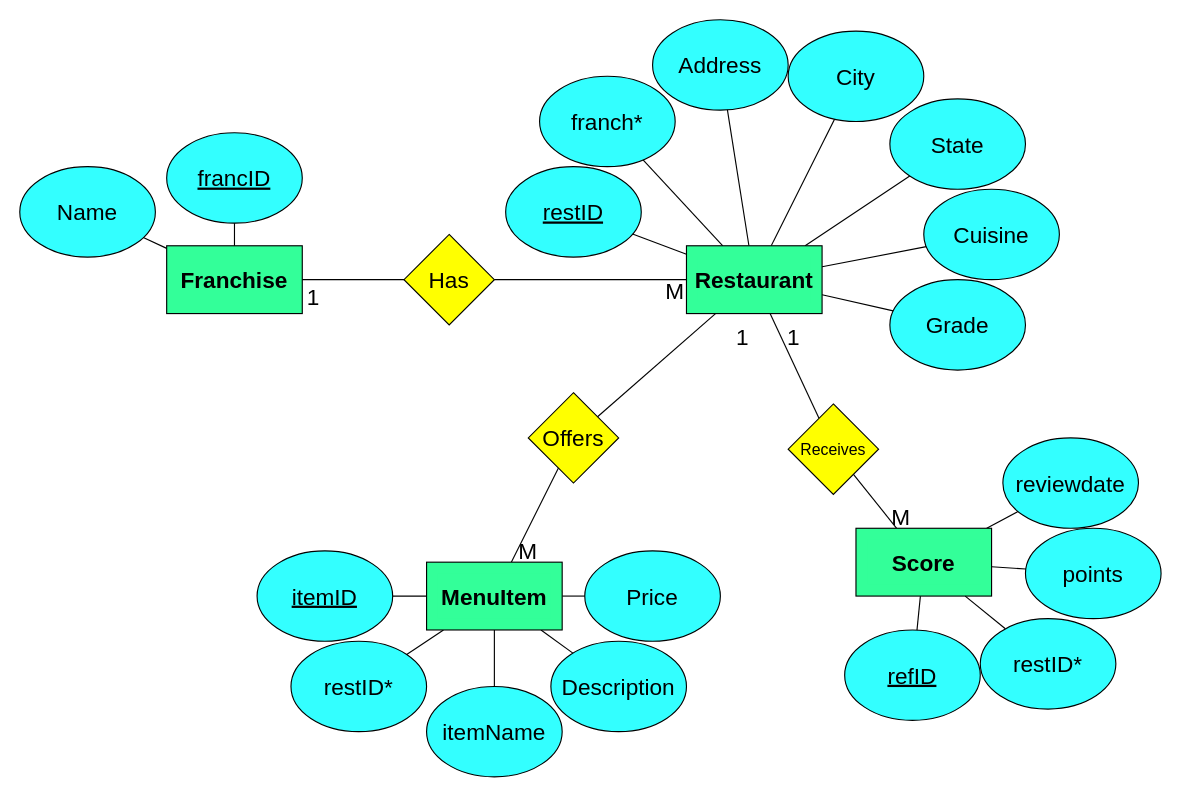
221024-NET/AkhilB keeps this draw.io diagram as 221024_batch/w9/2022_12_19_SQL/RestaurantsERD.drawio. Above is the earlier version. Source tidied: cells renumbered, new cells numbered last; positions are measured from the earlier drawing's top-left corner, leaving out a move shared by most shapes. Both pictures are drawn from the tidied source at 113%, with x=0, y=0 at pixel (19, 19).
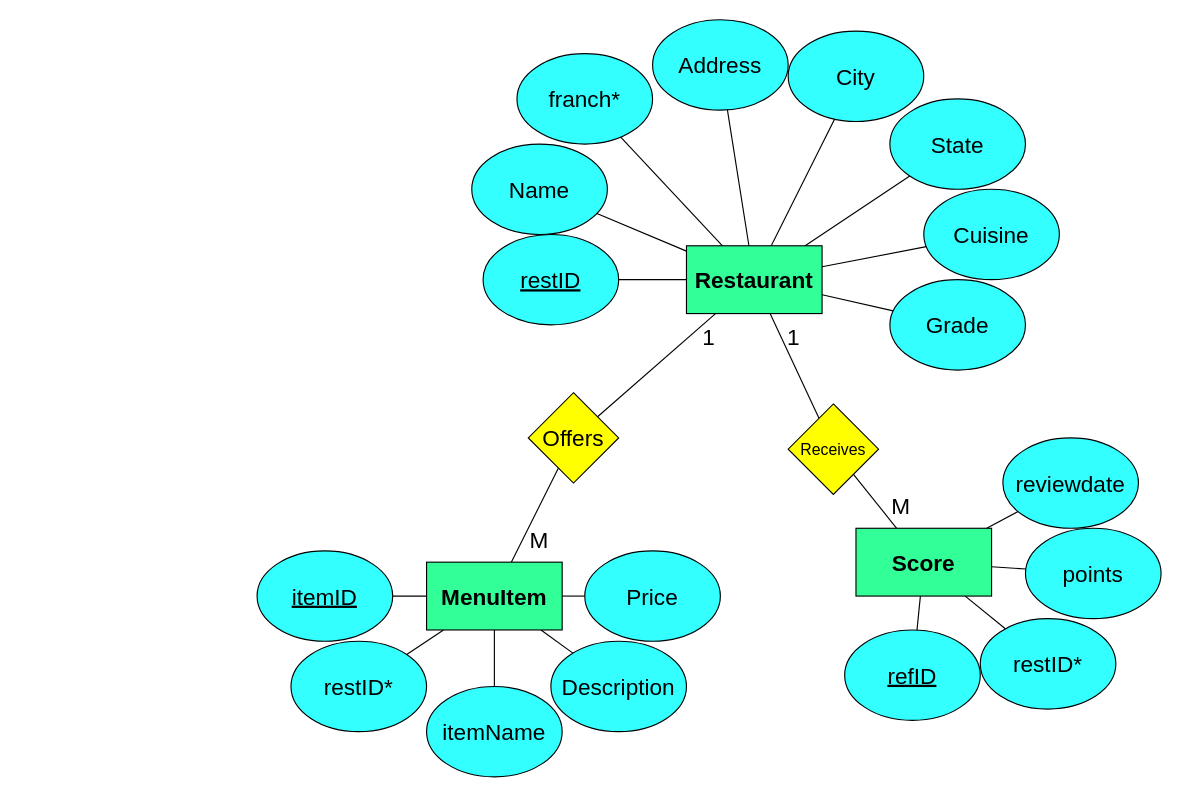
The same diagram, later.

The change refers to these unchanged cells:
```xml
<mxCell id="6" style="ellipse;whiteSpace=wrap;html=1;fontSize=20;fillColor=#33FFFF;" parent="5" vertex="1">
  <mxGeometry width="120" height="80" as="geometry" />
</mxCell>
<mxCell id="91" style="rounded=0;whiteSpace=wrap;html=1;fillColor=#33FF99;" parent="90" vertex="1">
  <mxGeometry width="120" height="60" as="geometry" />
</mxCell>
```

Diff of the diagram source:
```diff
@@
-    <mxCell id="2" style="group;" parent="1" vertex="1">
-      <mxGeometry x="130" y="200" width="120" height="60" as="geometry" />
-    </mxCell>
-    <mxCell id="3" style="rounded=0;whiteSpace=wrap;html=1;fillColor=#33FF99;" parent="2" vertex="1">
-      <mxGeometry width="120" height="60" as="geometry" />
-    </mxCell>
-    <mxCell id="4" value="&lt;b&gt;&lt;font style=&quot;font-size: 20px;&quot;&gt;Franchise&lt;/font&gt;&lt;/b&gt;" style="text;html=1;strokeColor=none;fillColor=none;align=center;verticalAlign=middle;whiteSpace=wrap;rounded=0;" parent="2" vertex="1">
-      <mxGeometry x="10" y="10" width="100" height="40" as="geometry" />
-    </mxCell>
     <mxCell id="5" style="group;" parent="1" vertex="1">
-      <mxGeometry y="130" width="120" height="80" as="geometry" />
+      <mxGeometry x="400" y="110" width="120" height="80" as="geometry" />
     </mxCell>
@@
-    <mxCell id="8" style="group;" parent="1" vertex="1">
-      <mxGeometry x="130" y="100" width="120" height="80" as="geometry" />
-    </mxCell>
-    <mxCell id="9" style="ellipse;whiteSpace=wrap;html=1;fontSize=20;fillColor=#33FFFF;" parent="8" vertex="1">
-      <mxGeometry width="120" height="80" as="geometry" />
-    </mxCell>
-    <mxCell id="10" value="&lt;u&gt;francID&lt;/u&gt;" style="text;html=1;strokeColor=none;fillColor=none;align=center;verticalAlign=middle;whiteSpace=wrap;rounded=0;fontSize=20;" parent="8" vertex="1">
-      <mxGeometry x="10" y="20" width="100" height="40" as="geometry" />
-    </mxCell>
-    <mxCell id="11" style="group;" parent="1" vertex="1">
-      <mxGeometry x="340" y="190" width="80" height="80" as="geometry" />
-    </mxCell>
-    <mxCell id="12" style="rhombus;whiteSpace=wrap;html=1;fontSize=20;fillColor=#FFFF00;" parent="11" vertex="1">
-      <mxGeometry width="80" height="80" as="geometry" />
-    </mxCell>
-    <mxCell id="13" value="Has" style="text;html=1;strokeColor=none;fillColor=none;align=center;verticalAlign=middle;whiteSpace=wrap;rounded=0;fontSize=20;" parent="11" vertex="1">
-      <mxGeometry x="10" y="25" width="60" height="30" as="geometry" />
-    </mxCell>
-    <mxCell id="14" style="endArrow=none;html=1;rounded=0;fontSize=20;" parent="1" edge="1" source="3" target="12">
-      <mxGeometry relative="1" as="geometry" />
-    </mxCell>
-    <mxCell id="15" style="endArrow=none;html=1;rounded=0;fontSize=20;" parent="1" edge="1" source="91" target="12">
-      <mxGeometry relative="1" as="geometry" />
-    </mxCell>
-    <mxCell id="16" value="1" style="text;html=1;strokeColor=none;fillColor=none;align=center;verticalAlign=middle;whiteSpace=wrap;rounded=0;fontSize=20;" parent="1" vertex="1">
-      <mxGeometry x="250" y="230" width="20" height="30" as="geometry" />
-    </mxCell>
-    <mxCell id="17" value="M" style="text;html=1;strokeColor=none;fillColor=none;align=center;verticalAlign=middle;whiteSpace=wrap;rounded=0;fontSize=20;" parent="1" vertex="1">
-      <mxGeometry x="570" y="230" width="20" height="20" as="geometry" />
-    </mxCell>
     <mxCell id="18" style="group;" parent="1" vertex="1">
-      <mxGeometry x="430" y="130" width="120" height="80" as="geometry" />
+      <mxGeometry x="410" y="190" width="120" height="80" as="geometry" />
     </mxCell>
@@
     <mxCell id="21" style="group;" parent="1" vertex="1">
-      <mxGeometry x="460" y="50" width="120" height="80" as="geometry" />
+      <mxGeometry x="440" y="30" width="120" height="80" as="geometry" />
     </mxCell>
@@
-    <mxCell id="42" style="endArrow=none;html=1;rounded=0;fontSize=20;" parent="1" edge="1" source="9" target="3">
-      <mxGeometry relative="1" as="geometry" />
-    </mxCell>
-    <mxCell id="43" style="endArrow=none;html=1;rounded=0;fontSize=20;" parent="1" edge="1" source="3" target="6">
-      <mxGeometry relative="1" as="geometry" />
-    </mxCell>
@@
     <mxCell id="49" value="1" style="text;html=1;strokeColor=none;fillColor=none;align=center;verticalAlign=middle;whiteSpace=wrap;rounded=0;fontSize=20;" parent="1" vertex="1">
-      <mxGeometry x="630" y="270" width="20" height="20" as="geometry" />
+      <mxGeometry x="600" y="270" width="20" height="20" as="geometry" />
     </mxCell>
     <mxCell id="50" value="M" style="text;html=1;strokeColor=none;fillColor=none;align=center;verticalAlign=middle;whiteSpace=wrap;rounded=0;fontSize=20;" parent="1" vertex="1">
-      <mxGeometry x="440" y="460" width="20" height="20" as="geometry" />
+      <mxGeometry x="450" y="450" width="20" height="20" as="geometry" />
     </mxCell>
@@
     <mxCell id="89" value="M" style="text;html=1;strokeColor=none;fillColor=none;align=center;verticalAlign=middle;whiteSpace=wrap;rounded=0;fontSize=20;" parent="1" vertex="1">
-      <mxGeometry x="770" y="430" width="20" height="20" as="geometry" />
+      <mxGeometry x="770" y="420" width="20" height="20" as="geometry" />
     </mxCell>
@@
+    <mxCell id="107" style="endArrow=none;html=1;" parent="1" edge="1" source="91" target="6">
+      <mxGeometry relative="1" as="geometry" />
+    </mxCell>
```
